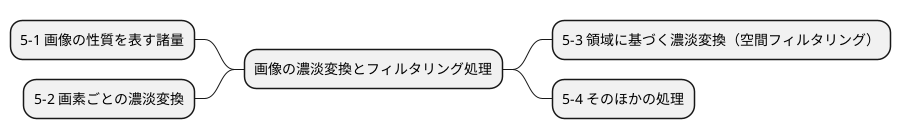
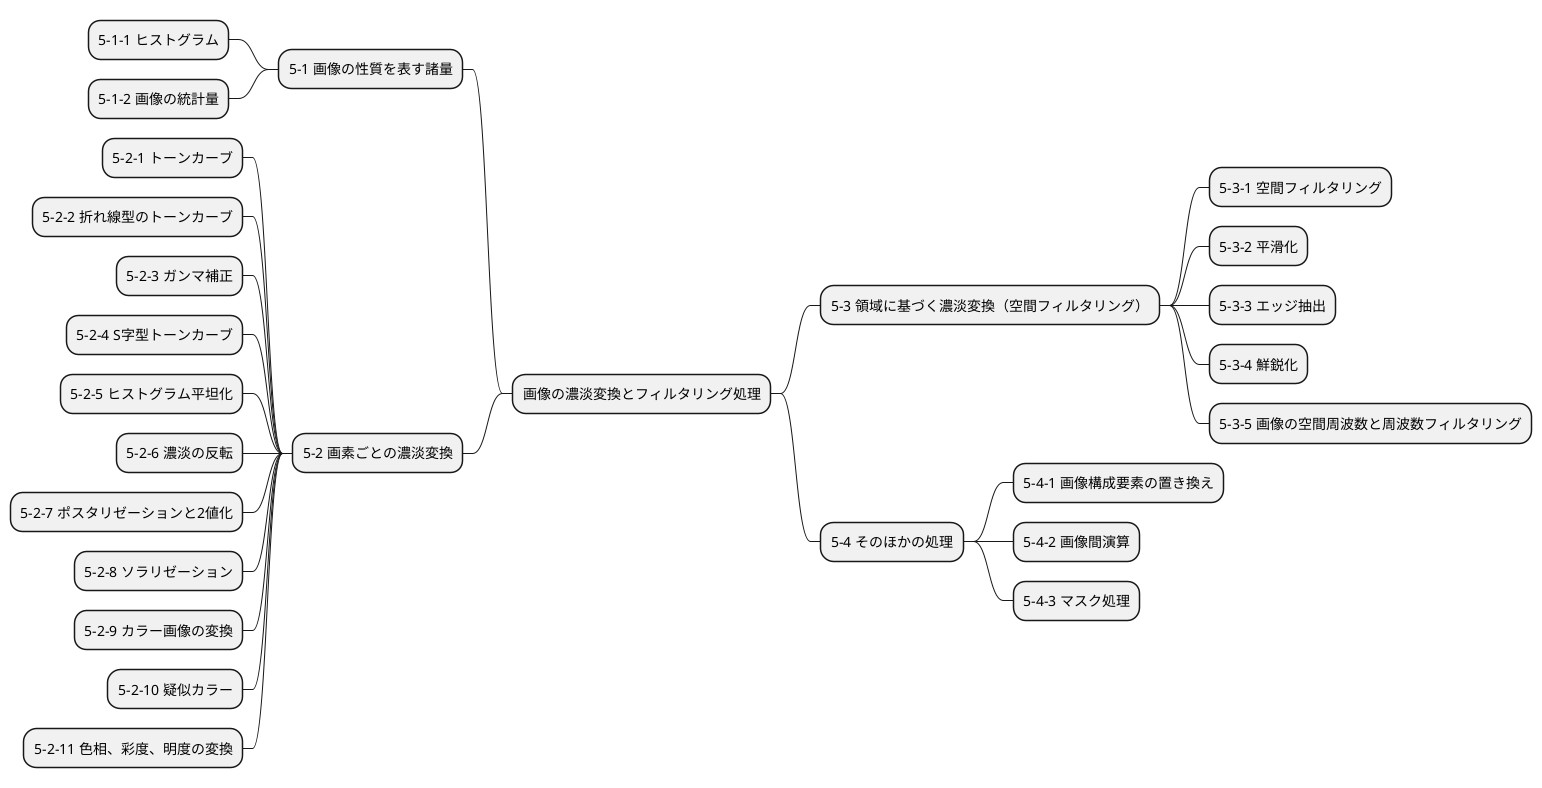
@startmindmap img_proc_basic_05
+ 画像の濃淡変換とフィルタリング処理
-- 5-1 画像の性質を表す諸量
+ --- 5-1-1 ヒストグラム
+ --- 5-1-2 画像の統計量
-- 5-2 画素ごとの濃淡変換
+ --- 5-2-1 トーンカーブ
+ --- 5-2-2 折れ線型のトーンカーブ
+ --- 5-2-3 ガンマ補正
+ --- 5-2-4 S字型トーンカーブ
+ --- 5-2-5 ヒストグラム平坦化
+ --- 5-2-6 濃淡の反転
+ --- 5-2-7 ポスタリゼーションと2値化
+ --- 5-2-8 ソラリゼーション
+ --- 5-2-9 カラー画像の変換
+ --- 5-2-10 疑似カラー
+ --- 5-2-11 色相、彩度、明度の変換
++ 5-3 領域に基づく濃淡変換（空間フィルタリング）
+ +++ 5-3-1 空間フィルタリング
+ +++ 5-3-2 平滑化
+ +++ 5-3-3 エッジ抽出
+ +++ 5-3-4 鮮鋭化
+ +++ 5-3-5 画像の空間周波数と周波数フィルタリング
++ 5-4 そのほかの処理
+ +++ 5-4-1 画像構成要素の置き換え
+ +++ 5-4-2 画像間演算
+ +++ 5-4-3 マスク処理
@endmindmap
